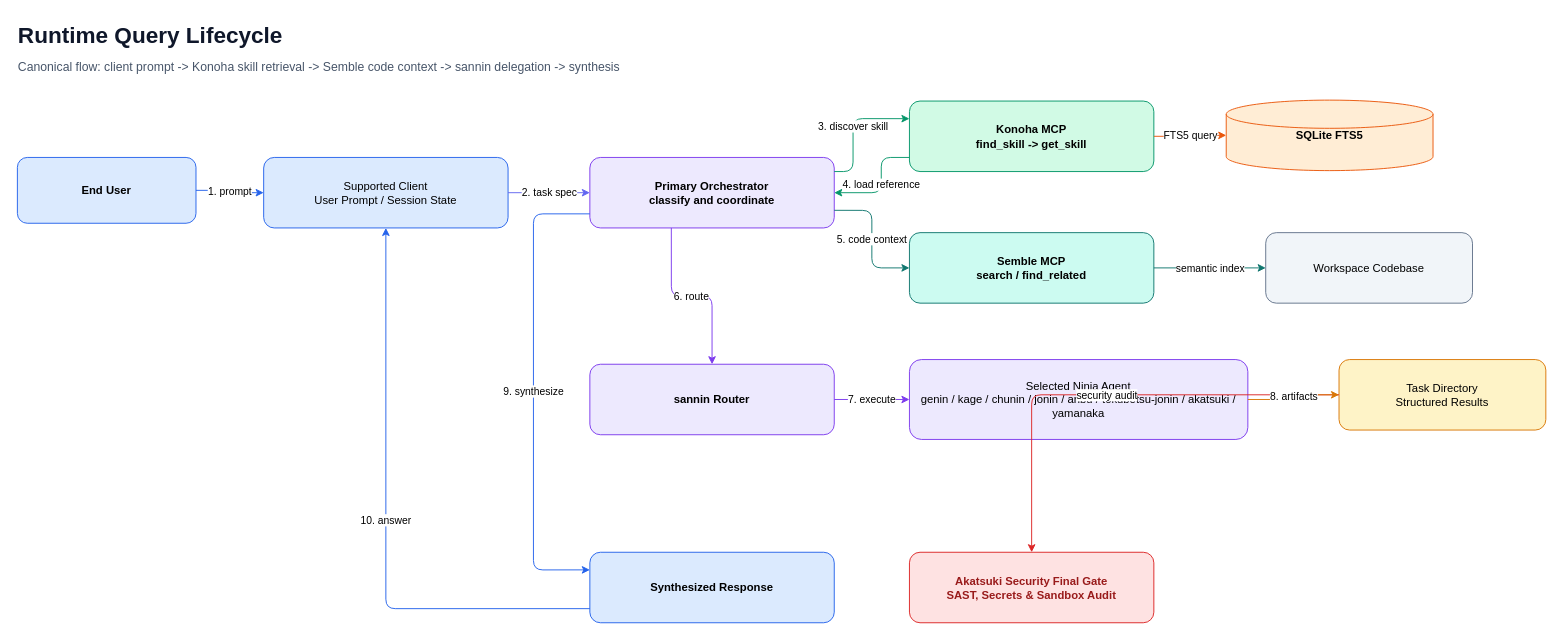
This is page "02 Runtime Query Lifecycle" (2 of 18) of docs/diagrams/konoha-architecture.drawio from andycungkrinx91/konoha, a draw.io file, before an edit. Source tidied: cells renumbered, new cells numbered last; positions are measured from the earlier drawing's top-left corner, leaving out a move shared by most shapes. Both pictures are drawn from the tidied source at 94%, with x=0, y=0 at pixel (16, 16).
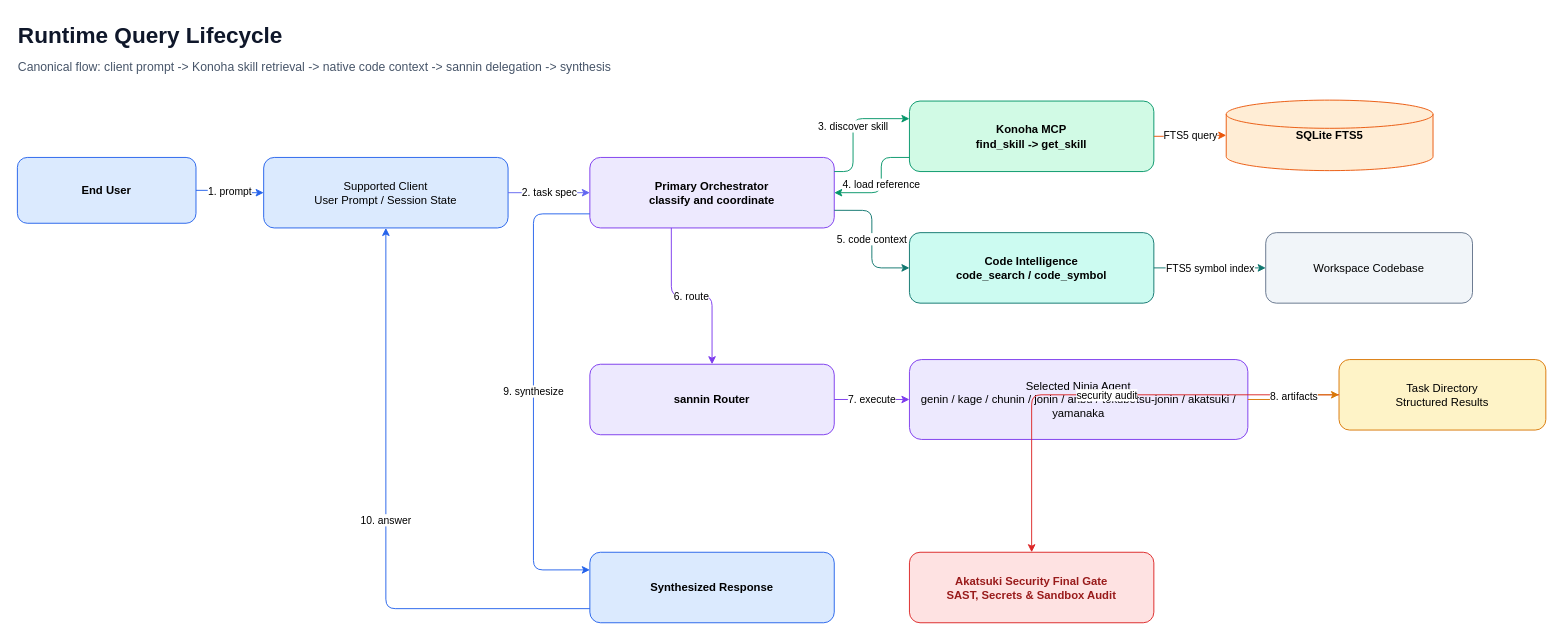
After the change.

Unchanged cells that the change refers to:
```xml
<mxCell id="6" value="Primary Orchestrator&#10;classify and coordinate" style="rounded=1;html=1;whiteSpace=wrap;fillColor=#ede9fe;strokeColor=#7c3aed;fontStyle=1;overflow=visible;agent=sannin;" parent="1" vertex="1">
  <mxGeometry x="610" y="150" width="260" height="75" as="geometry" />
</mxCell>
<mxCell id="10" value="Workspace Codebase" style="rounded=1;html=1;whiteSpace=wrap;fillColor=#f1f5f9;strokeColor=#64748b;overflow=visible;" parent="1" vertex="1">
  <mxGeometry x="1329" y="230" width="220" height="75" as="geometry" />
</mxCell>
```

What changed in the source:
```diff
@@
-    <mxCell id="3" value="Canonical flow: client prompt -&gt; Konoha skill retrieval -&gt; Semble code context -&gt; sannin delegation -&gt; synthesis" style="text;html=1;strokeColor=none;fillColor=none;fontColor=#475569;fontSize=13;align=left;overflow=visible;" parent="1" vertex="1">
+    <mxCell id="3" value="Canonical flow: client prompt -&gt; Konoha skill retrieval -&gt; native code context -&gt; sannin delegation -&gt; synthesis" style="text;html=1;strokeColor=none;fillColor=none;fontColor=#475569;fontSize=13;align=left;overflow=visible;" parent="1" vertex="1">
       <mxGeometry y="40" width="1100" height="45" as="geometry" />
     </mxCell>
@@
-    <mxCell id="9" value="Semble MCP&#10;search / find_related" style="rounded=1;html=1;whiteSpace=wrap;fillColor=#ccfbf1;strokeColor=#0f766e;fontStyle=1;overflow=visible;" parent="1" vertex="1">
-      <mxGeometry x="950" y="230" width="260" height="75" as="geometry" />
-    </mxCell>
+    <mxCell id="29" value="Code Intelligence&#10;code_search / code_symbol" style="rounded=1;html=1;whiteSpace=wrap;fillColor=#ccfbf1;strokeColor=#0f766e;fontStyle=1;overflow=visible;" parent="1" vertex="1">
+      <mxGeometry x="950" y="230" width="260" height="75" as="geometry" />
+    </mxCell>
@@
-    <mxCell id="22" value="5. code context" style="edgeStyle=orthogonalEdgeStyle;rounded=1;jettySize=auto;html=1;strokeColor=#0f766e;exitX=1;exitY=0.75;exitDx=0;exitDy=0;entryX=0;entryY=0.5;entryDx=0;entryDy=0;" parent="1" edge="1" source="6" target="9">
+    <mxCell id="22" value="5. code context" style="edgeStyle=orthogonalEdgeStyle;rounded=1;jettySize=auto;html=1;strokeColor=#0f766e;exitX=1;exitY=0.75;exitDx=0;exitDy=0;entryX=0;entryY=0.5;entryDx=0;entryDy=0;" parent="1" edge="1" source="6" target="29">
       <mxGeometry relative="1" as="geometry">
         <Array as="points">
           <mxPoint x="910" y="206" />
           <mxPoint x="910" y="268" />
         </Array>
       </mxGeometry>
     </mxCell>
-    <mxCell id="23" value="semantic index" style="edgeStyle=orthogonalEdgeStyle;rounded=1;jettySize=auto;html=1;strokeColor=#0f766e;" parent="1" edge="1" source="9" target="10">
+    <mxCell id="23" value="FTS5 symbol index" style="edgeStyle=orthogonalEdgeStyle;rounded=1;jettySize=auto;html=1;strokeColor=#0f766e;" parent="1" edge="1" source="29" target="10">
       <mxGeometry relative="1" as="geometry" />
     </mxCell>
```
